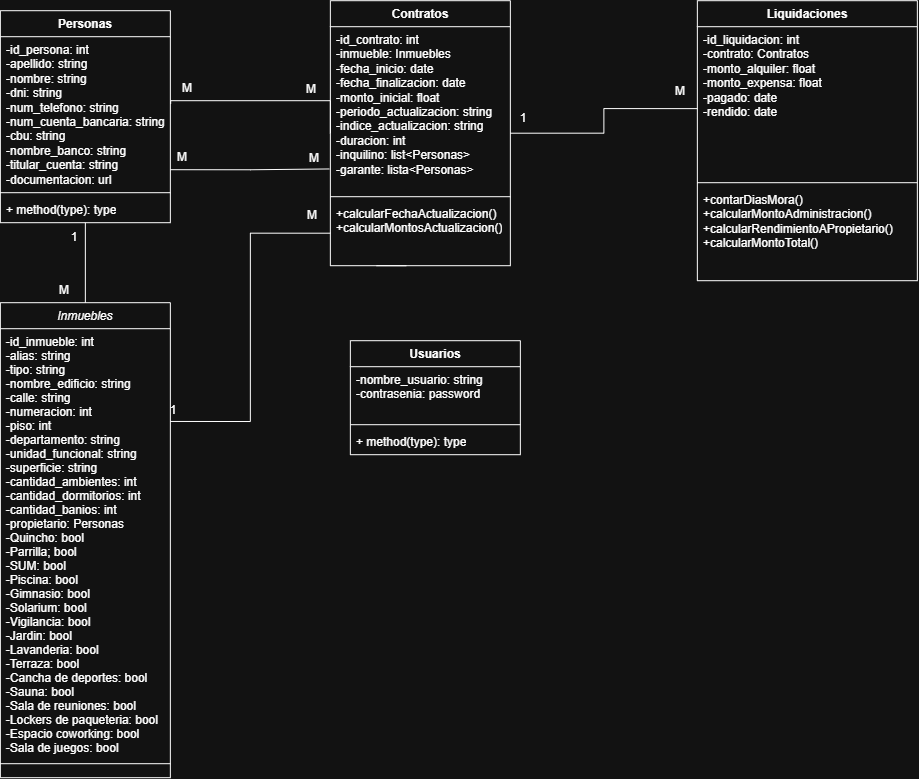
Before: Diagrama de clases definitivo.png, a diagram exported from draw.io (cocovinuf/proyecto-inmobiliaria). Source tidied: cells renumbered, new cells last; positions are measured from the earlier drawing's top-left corner, leaving out a move shared by most shapes. The source it was exported from:
```xml
<mxGraphModel>
  <root>
    <mxCell id="0" />
    <mxCell id="1" parent="0" />
    <mxCell id="2" style="edgeStyle=orthogonalEdgeStyle;rounded=0;jettySize=auto;html=1;exitX=1;exitY=0.25;exitDx=0;exitDy=0;entryX=0;entryY=0.5;entryDx=0;entryDy=0;endArrow=none;endFill=0;" parent="1" edge="1" source="3" target="14">
      <mxGeometry relative="1" as="geometry" />
    </mxCell>
    <mxCell id="3" value="Inmuebles" style="swimlane;fontStyle=2;align=center;verticalAlign=top;horizontal=1;startSize=26;rounded=0;shadow=0;strokeWidth=1;" parent="1" vertex="1">
      <mxGeometry y="302" width="170" height="475" as="geometry" />
    </mxCell>
    <mxCell id="4" value="-id_inmueble: int&#10;-alias: string&#10;-tipo: string&#10;-nombre_edificio: string&#10;-calle: string&#10;-numeracion: int&#10;-piso: int&#10;-departamento: string&#10;-unidad_funcional: string&#10;-superficie: string&#10;-cantidad_ambientes: int&#10;-cantidad_dormitorios: int&#10;-cantidad_banios: int&#10;-propietario: Personas&#10;-Quincho: bool&#10;-Parrilla; bool&#10;-SUM: bool&#10;-Piscina: bool&#10;-Gimnasio: bool&#10;-Solarium: bool&#10;-Vigilancia: bool&#10;-Jardin: bool&#10;-Lavanderia: bool&#10;-Terraza: bool&#10;-Cancha de deportes: bool&#10;-Sauna: bool&#10;-Sala de reuniones: bool&#10;-Lockers de paqueteria: bool&#10;-Espacio coworking: bool&#10;-Sala de juegos: bool&#10;" style="text;align=left;verticalAlign=top;spacingLeft=4;spacingRight=4;overflow=hidden;" parent="3" vertex="1">
      <mxGeometry y="26" width="170" height="434" as="geometry" />
    </mxCell>
    <mxCell id="5" style="line;html=1;strokeWidth=1;align=left;verticalAlign=middle;spacingTop=-1;spacingLeft=3;spacingRight=3;labelPosition=right;" parent="3" vertex="1">
      <mxGeometry y="460" width="170" height="2" as="geometry" />
    </mxCell>
    <mxCell id="6" style="edgeStyle=orthogonalEdgeStyle;rounded=0;jettySize=auto;html=1;exitX=0.5;exitY=1;exitDx=0;exitDy=0;entryX=0.5;entryY=0;entryDx=0;entryDy=0;endArrow=none;endFill=0;" parent="1" edge="1" source="7" target="3">
      <mxGeometry relative="1" as="geometry" />
    </mxCell>
    <mxCell id="7" value="Personas" style="swimlane;fontStyle=1;align=center;verticalAlign=top;horizontal=1;startSize=26;whiteSpace=wrap;html=1;" parent="1" vertex="1">
      <mxGeometry y="10" width="170" height="212" as="geometry" />
    </mxCell>
    <mxCell id="8" value="-id_persona: int&lt;div&gt;-apellido: string&lt;/div&gt;&lt;div&gt;-nombre: string&lt;br&gt;&lt;div&gt;-dni: string&lt;/div&gt;&lt;div&gt;-num_telefono: string&lt;/div&gt;&lt;div&gt;-num_cuenta_bancaria: string&lt;/div&gt;&lt;div&gt;-cbu: string&lt;/div&gt;&lt;div&gt;-nombre_banco: string&lt;/div&gt;&lt;div&gt;-titular_cuenta: string&lt;/div&gt;&lt;div&gt;-documentacion: url&lt;/div&gt;&lt;div&gt;&lt;br&gt;&lt;/div&gt;&lt;/div&gt;" style="text;strokeColor=none;fillColor=none;align=left;verticalAlign=top;spacingLeft=4;spacingRight=4;overflow=hidden;whiteSpace=wrap;html=1;" parent="7" vertex="1">
      <mxGeometry y="26" width="170" height="152" as="geometry" />
    </mxCell>
    <mxCell id="9" style="line;strokeWidth=1;fillColor=none;align=left;verticalAlign=middle;spacingTop=-1;spacingLeft=3;spacingRight=3;labelPosition=right;strokeColor=inherit;" parent="7" vertex="1">
      <mxGeometry y="178" width="170" height="8" as="geometry" />
    </mxCell>
    <mxCell id="10" value="+ method(type): type" style="text;strokeColor=none;fillColor=none;align=left;verticalAlign=top;spacingLeft=4;spacingRight=4;overflow=hidden;whiteSpace=wrap;html=1;" parent="7" vertex="1">
      <mxGeometry y="186" width="170" height="26" as="geometry" />
    </mxCell>
    <mxCell id="11" value="Contratos" style="swimlane;fontStyle=1;align=center;verticalAlign=top;horizontal=1;startSize=26;whiteSpace=wrap;html=1;" parent="1" vertex="1">
      <mxGeometry x="330" width="180" height="265" as="geometry" />
    </mxCell>
    <mxCell id="12" value="&lt;div&gt;&lt;div&gt;-id_contrato: int&lt;/div&gt;&lt;div&gt;-inmueble: Inmuebles&lt;/div&gt;&lt;div&gt;-fecha_inicio: date&lt;/div&gt;&lt;/div&gt;&lt;div&gt;-fecha_finalizacion: date&lt;/div&gt;&lt;div&gt;-monto_inicial: float&lt;/div&gt;&lt;div&gt;-periodo_actualizacion: string&lt;/div&gt;&lt;div&gt;-indice_actualizacion: string&lt;/div&gt;&lt;div&gt;-duracion: int&lt;/div&gt;&lt;div&gt;&lt;span style=&quot;background-color: transparent; color: light-dark(rgb(0, 0, 0), rgb(255, 255, 255));&quot;&gt;-inquilino: list&amp;lt;Personas&amp;gt;&lt;/span&gt;&lt;/div&gt;&lt;div&gt;-garante: lista&amp;lt;Personas&amp;gt;&lt;/div&gt;" style="text;strokeColor=none;fillColor=none;align=left;verticalAlign=top;spacingLeft=4;spacingRight=4;overflow=hidden;points=[[0,0.5],[1,0.5]];portConstraint=eastwest;whiteSpace=wrap;html=1;" parent="11" vertex="1">
      <mxGeometry y="26" width="180" height="166" as="geometry" />
    </mxCell>
    <mxCell id="13" style="line;strokeWidth=1;fillColor=none;align=left;verticalAlign=middle;spacingTop=-1;spacingLeft=3;spacingRight=3;labelPosition=right;strokeColor=inherit;" parent="11" vertex="1">
      <mxGeometry y="192" width="180" height="8" as="geometry" />
    </mxCell>
    <mxCell id="14" value="+calcularFechaActualizacion()&lt;div&gt;+calcularMontosActualizacion()&lt;/div&gt;" style="text;strokeColor=none;fillColor=none;align=left;verticalAlign=top;spacingLeft=4;spacingRight=4;overflow=hidden;points=[[0,0.5],[1,0.5]];portConstraint=eastwest;whiteSpace=wrap;html=1;" parent="11" vertex="1">
      <mxGeometry y="200" width="180" height="65" as="geometry" />
    </mxCell>
    <mxCell id="15" value="Liquidaciones" style="swimlane;fontStyle=1;align=center;verticalAlign=top;horizontal=1;startSize=26;whiteSpace=wrap;html=1;" parent="1" vertex="1">
      <mxGeometry x="697" width="220" height="280" as="geometry" />
    </mxCell>
    <mxCell id="16" value="-id_liquidacion: int&lt;div&gt;-contrato: Contratos&lt;/div&gt;&lt;div&gt;-monto_alquiler: float&lt;/div&gt;&lt;div&gt;-monto_expensa: float&lt;/div&gt;&lt;div&gt;-pagado: date&lt;/div&gt;&lt;div&gt;-rendido: date&lt;/div&gt;&lt;div&gt;&lt;br&gt;&lt;/div&gt;" style="text;strokeColor=none;fillColor=none;align=left;verticalAlign=top;spacingLeft=4;spacingRight=4;overflow=hidden;points=[[0,0.5],[1,0.5]];portConstraint=eastwest;whiteSpace=wrap;html=1;" parent="15" vertex="1">
      <mxGeometry y="26" width="220" height="152" as="geometry" />
    </mxCell>
    <mxCell id="17" style="line;strokeWidth=1;fillColor=none;align=left;verticalAlign=middle;spacingTop=-1;spacingLeft=3;spacingRight=3;labelPosition=right;strokeColor=inherit;" parent="15" vertex="1">
      <mxGeometry y="178" width="220" height="8" as="geometry" />
    </mxCell>
    <mxCell id="18" value="+contarDiasMora()&lt;div&gt;+calcularMontoAdministracion()&lt;/div&gt;&lt;div&gt;+calcularRendimientoAPropietario()&lt;/div&gt;&lt;div&gt;+calcularMontoTotal()&lt;/div&gt;" style="text;strokeColor=none;fillColor=none;align=left;verticalAlign=top;spacingLeft=4;spacingRight=4;overflow=hidden;whiteSpace=wrap;html=1;" parent="15" vertex="1">
      <mxGeometry y="186" width="220" height="94" as="geometry" />
    </mxCell>
    <mxCell id="19" style="edgeStyle=orthogonalEdgeStyle;rounded=0;jettySize=auto;html=1;exitX=0;exitY=0.5;exitDx=0;exitDy=0;endArrow=none;endFill=0;entryX=0.222;entryY=1.008;entryDx=0;entryDy=0;entryPerimeter=0;" parent="1" edge="1" source="11" target="21">
      <mxGeometry relative="1" as="geometry">
        <Array as="points">
          <mxPoint x="330" y="100" />
          <mxPoint x="170.3" y="100" />
        </Array>
      </mxGeometry>
    </mxCell>
    <mxCell id="20" style="edgeStyle=orthogonalEdgeStyle;rounded=0;jettySize=auto;html=1;exitX=1;exitY=0.5;exitDx=0;exitDy=0;entryX=0;entryY=0.539;entryDx=0;entryDy=0;entryPerimeter=0;endArrow=none;endFill=0;" parent="1" edge="1" source="11" target="16">
      <mxGeometry relative="1" as="geometry" />
    </mxCell>
    <mxCell id="21" value="M" style="text;html=1;whiteSpace=wrap;strokeColor=none;fillColor=none;align=center;verticalAlign=middle;rounded=0;" parent="1" vertex="1">
      <mxGeometry x="157" y="73" width="60" height="30" as="geometry" />
    </mxCell>
    <mxCell id="22" value="M" style="text;html=1;whiteSpace=wrap;strokeColor=none;fillColor=none;align=center;verticalAlign=middle;rounded=0;" parent="1" vertex="1">
      <mxGeometry x="281" y="74" width="60" height="30" as="geometry" />
    </mxCell>
    <mxCell id="23" value="M" style="text;html=1;whiteSpace=wrap;strokeColor=none;fillColor=none;align=center;verticalAlign=middle;rounded=0;" parent="1" vertex="1">
      <mxGeometry x="650" y="76" width="60" height="30" as="geometry" />
    </mxCell>
    <mxCell id="24" value="Usuarios" style="swimlane;fontStyle=1;align=center;verticalAlign=top;horizontal=1;startSize=26;whiteSpace=wrap;html=1;" parent="1" vertex="1">
      <mxGeometry x="350" y="340" width="170" height="114" as="geometry" />
    </mxCell>
    <mxCell id="25" value="&lt;div&gt;&lt;div&gt;-nombre_usuario: string&lt;/div&gt;&lt;/div&gt;&lt;div&gt;-contrasenia: password&lt;/div&gt;" style="text;strokeColor=none;fillColor=none;align=left;verticalAlign=top;spacingLeft=4;spacingRight=4;overflow=hidden;whiteSpace=wrap;html=1;" parent="24" vertex="1">
      <mxGeometry y="26" width="170" height="54" as="geometry" />
    </mxCell>
    <mxCell id="26" style="line;strokeWidth=1;fillColor=none;align=left;verticalAlign=middle;spacingTop=-1;spacingLeft=3;spacingRight=3;labelPosition=right;strokeColor=inherit;" parent="24" vertex="1">
      <mxGeometry y="80" width="170" height="8" as="geometry" />
    </mxCell>
    <mxCell id="27" value="+ method(type): type" style="text;strokeColor=none;fillColor=none;align=left;verticalAlign=top;spacingLeft=4;spacingRight=4;overflow=hidden;whiteSpace=wrap;html=1;" parent="24" vertex="1">
      <mxGeometry y="88" width="170" height="26" as="geometry" />
    </mxCell>
    <mxCell id="28" style="edgeStyle=orthogonalEdgeStyle;rounded=0;orthogonalLoop=1;jettySize=auto;html=1;exitX=0.25;exitY=1;exitDx=0;exitDy=0;entryX=0.351;entryY=-0.005;entryDx=0;entryDy=0;entryPerimeter=0;endArrow=none;endFill=0;" parent="1" edge="1">
      <mxGeometry relative="1" as="geometry">
        <mxPoint x="376" y="265" as="sourcePoint" />
        <mxPoint x="406.1" y="264.8" as="targetPoint" />
      </mxGeometry>
    </mxCell>
    <mxCell id="29" value="1" style="text;html=1;whiteSpace=wrap;strokeColor=none;fillColor=none;align=center;verticalAlign=middle;rounded=0;" parent="1" vertex="1">
      <mxGeometry x="44" y="222" width="60" height="30" as="geometry" />
    </mxCell>
    <mxCell id="30" value="M" style="text;html=1;whiteSpace=wrap;strokeColor=none;fillColor=none;align=center;verticalAlign=middle;rounded=0;" parent="1" vertex="1">
      <mxGeometry x="34" y="275" width="60" height="30" as="geometry" />
    </mxCell>
    <mxCell id="31" value="1" style="text;html=1;whiteSpace=wrap;strokeColor=none;fillColor=none;align=center;verticalAlign=middle;rounded=0;" parent="1" vertex="1">
      <mxGeometry x="143" y="395" width="60" height="30" as="geometry" />
    </mxCell>
    <mxCell id="32" value="M" style="text;html=1;whiteSpace=wrap;strokeColor=none;fillColor=none;align=center;verticalAlign=middle;rounded=0;" parent="1" vertex="1">
      <mxGeometry x="282" y="200" width="60" height="30" as="geometry" />
    </mxCell>
    <mxCell id="33" style="edgeStyle=orthogonalEdgeStyle;rounded=0;jettySize=auto;html=1;exitX=1;exitY=0.75;exitDx=0;exitDy=0;entryX=-0.006;entryY=0.857;entryDx=0;entryDy=0;entryPerimeter=0;endArrow=none;endFill=0;" parent="1" edge="1" source="7" target="12">
      <mxGeometry relative="1" as="geometry" />
    </mxCell>
    <mxCell id="34" value="M" style="text;html=1;whiteSpace=wrap;strokeColor=none;fillColor=none;align=center;verticalAlign=middle;rounded=0;" parent="1" vertex="1">
      <mxGeometry x="152" y="142" width="60" height="30" as="geometry" />
    </mxCell>
    <mxCell id="35" value="M" style="text;html=1;whiteSpace=wrap;strokeColor=none;fillColor=none;align=center;verticalAlign=middle;rounded=0;" parent="1" vertex="1">
      <mxGeometry x="284" y="143" width="60" height="30" as="geometry" />
    </mxCell>
    <mxCell id="36" value="1" style="text;html=1;whiteSpace=wrap;strokeColor=none;fillColor=none;align=center;verticalAlign=middle;rounded=0;" parent="1" vertex="1">
      <mxGeometry x="493" y="103" width="60" height="30" as="geometry" />
    </mxCell>
  </root>
</mxGraphModel>
```
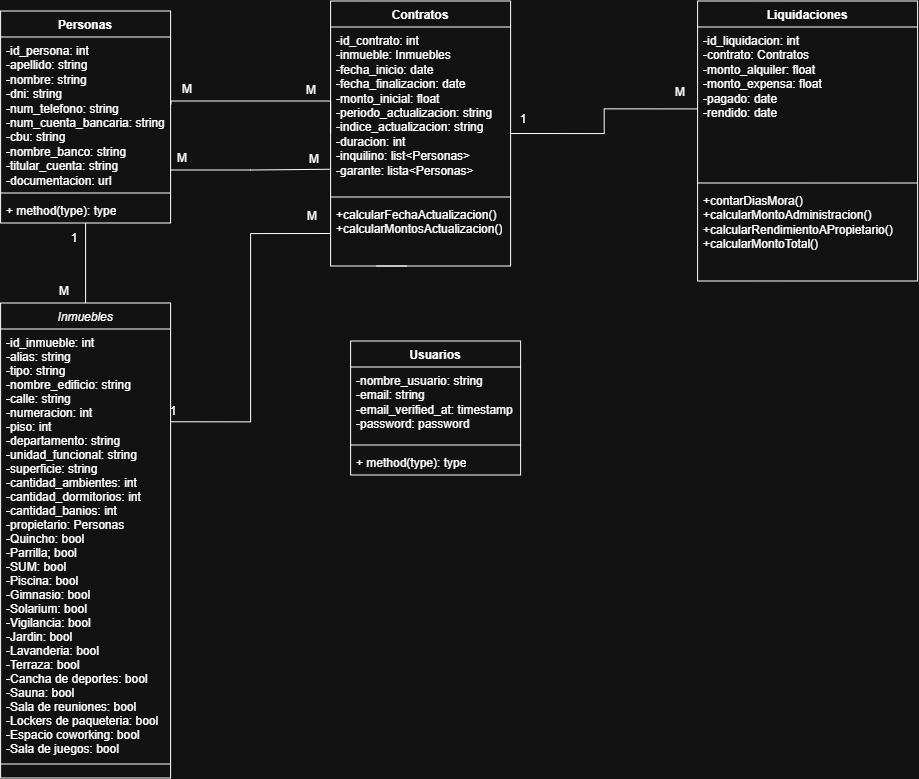
After the change.

What changed in the source:
```diff
@@ -74,16 +74,16 @@
       <mxGeometry x="650" y="76" width="60" height="30" as="geometry" />
     </mxCell>
     <mxCell id="24" value="Usuarios" style="swimlane;fontStyle=1;align=center;verticalAlign=top;horizontal=1;startSize=26;whiteSpace=wrap;html=1;" parent="1" vertex="1">
-      <mxGeometry x="350" y="340" width="170" height="114" as="geometry" />
+      <mxGeometry x="350" y="340" width="170" height="134" as="geometry" />
     </mxCell>
-    <mxCell id="25" value="&lt;div&gt;&lt;div&gt;-nombre_usuario: string&lt;/div&gt;&lt;/div&gt;&lt;div&gt;-contrasenia: password&lt;/div&gt;" style="text;strokeColor=none;fillColor=none;align=left;verticalAlign=top;spacingLeft=4;spacingRight=4;overflow=hidden;whiteSpace=wrap;html=1;" parent="24" vertex="1">
-      <mxGeometry y="26" width="170" height="54" as="geometry" />
+    <mxCell id="25" value="&lt;div&gt;&lt;div&gt;-nombre_usuario: string&lt;/div&gt;&lt;/div&gt;&lt;div&gt;-email: string&lt;/div&gt;&lt;div&gt;-email_verified_at: timestamp&lt;/div&gt;&lt;div&gt;-password: password&lt;/div&gt;" style="text;strokeColor=none;fillColor=none;align=left;verticalAlign=top;spacingLeft=4;spacingRight=4;overflow=hidden;whiteSpace=wrap;html=1;" parent="24" vertex="1">
+      <mxGeometry y="26" width="170" height="74" as="geometry" />
     </mxCell>
     <mxCell id="26" style="line;strokeWidth=1;fillColor=none;align=left;verticalAlign=middle;spacingTop=-1;spacingLeft=3;spacingRight=3;labelPosition=right;strokeColor=inherit;" parent="24" vertex="1">
-      <mxGeometry y="80" width="170" height="8" as="geometry" />
+      <mxGeometry y="100" width="170" height="8" as="geometry" />
     </mxCell>
     <mxCell id="27" value="+ method(type): type" style="text;strokeColor=none;fillColor=none;align=left;verticalAlign=top;spacingLeft=4;spacingRight=4;overflow=hidden;whiteSpace=wrap;html=1;" parent="24" vertex="1">
-      <mxGeometry y="88" width="170" height="26" as="geometry" />
+      <mxGeometry y="108" width="170" height="26" as="geometry" />
     </mxCell>
     <mxCell id="28" style="edgeStyle=orthogonalEdgeStyle;rounded=0;orthogonalLoop=1;jettySize=auto;html=1;exitX=0.25;exitY=1;exitDx=0;exitDy=0;entryX=0.351;entryY=-0.005;entryDx=0;entryDy=0;entryPerimeter=0;endArrow=none;endFill=0;" parent="1" edge="1">
       <mxGeometry relative="1" as="geometry">
```
